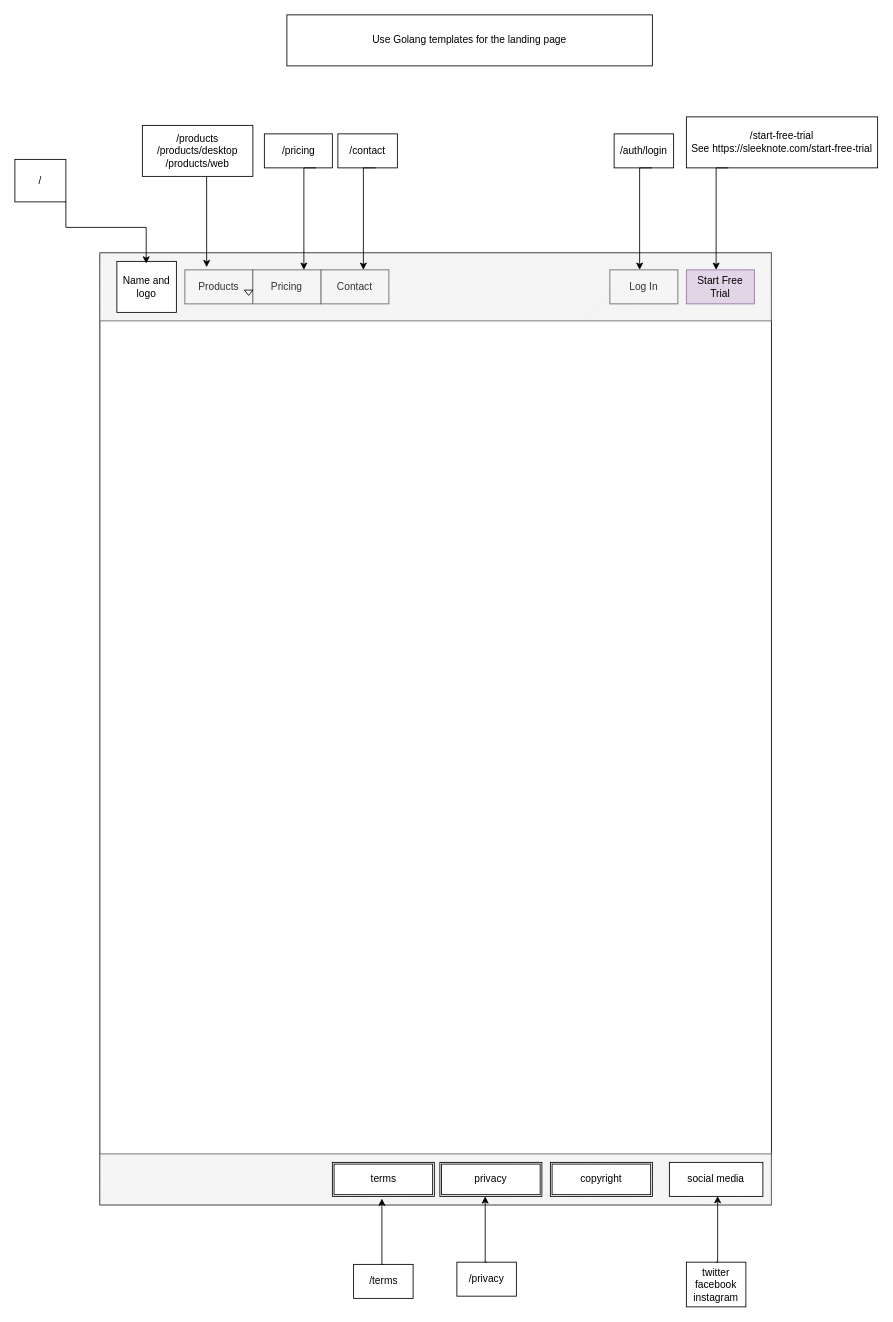
Earlier version of the draw.io diagram page "Home (signed out)" (1 of 3) of diagrams/webapp.drawio (reaper47/recipya). Source tidied: cells renumbered, new cells numbered last; positions are measured from the earlier drawing's top-left corner, leaving out a move shared by most shapes. Both pictures are drawn from the tidied source at 85%, with x=0, y=0 at pixel (14, 14).
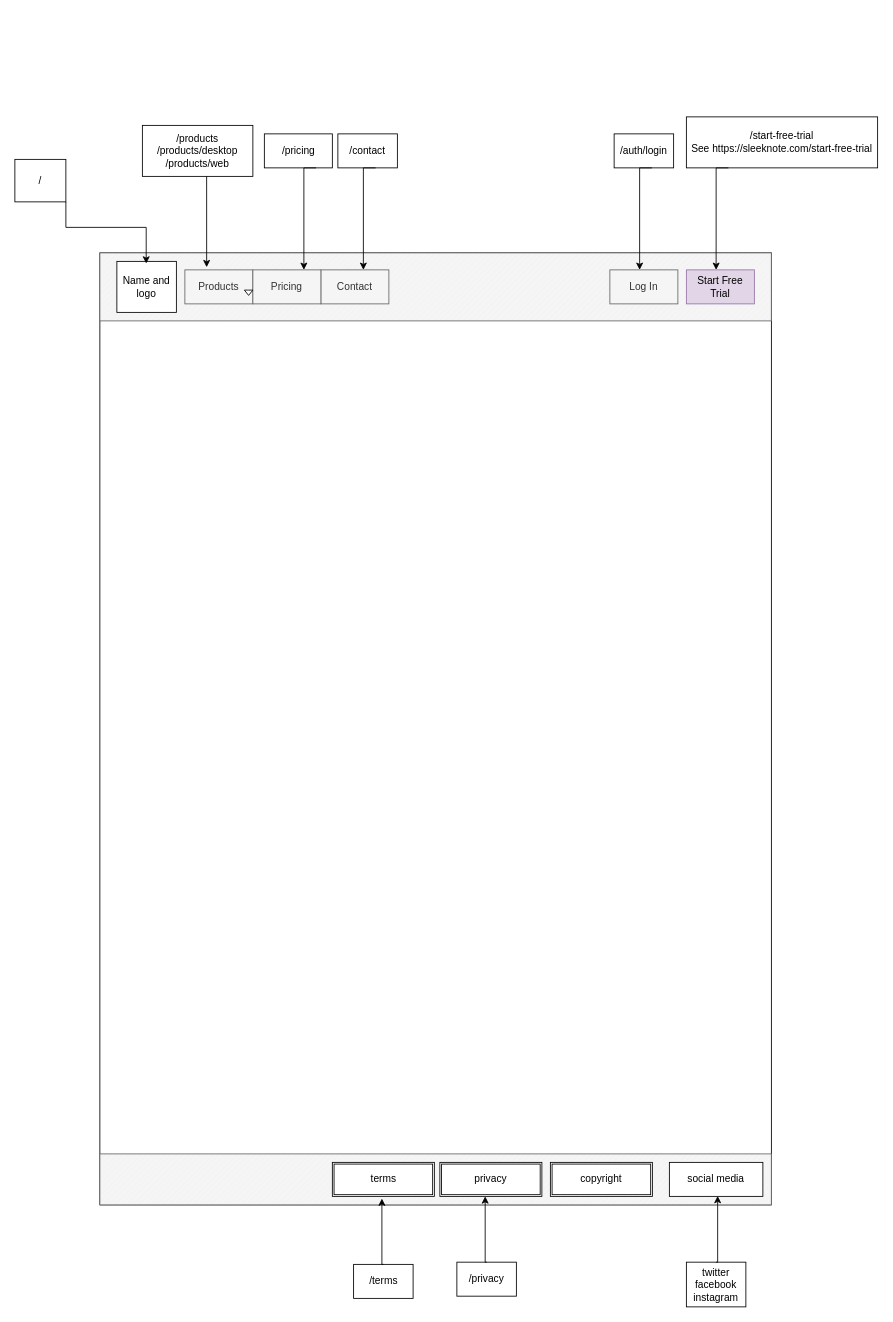
After the change.

Diff of the diagram source:
```diff
@@
-    <mxCell id="28" value="Use Golang templates for the landing page" style="rounded=0;whiteSpace=wrap;html=1;" parent="1" vertex="1">
-      <mxGeometry x="320" width="430" height="60" as="geometry" />
-    </mxCell>
```
